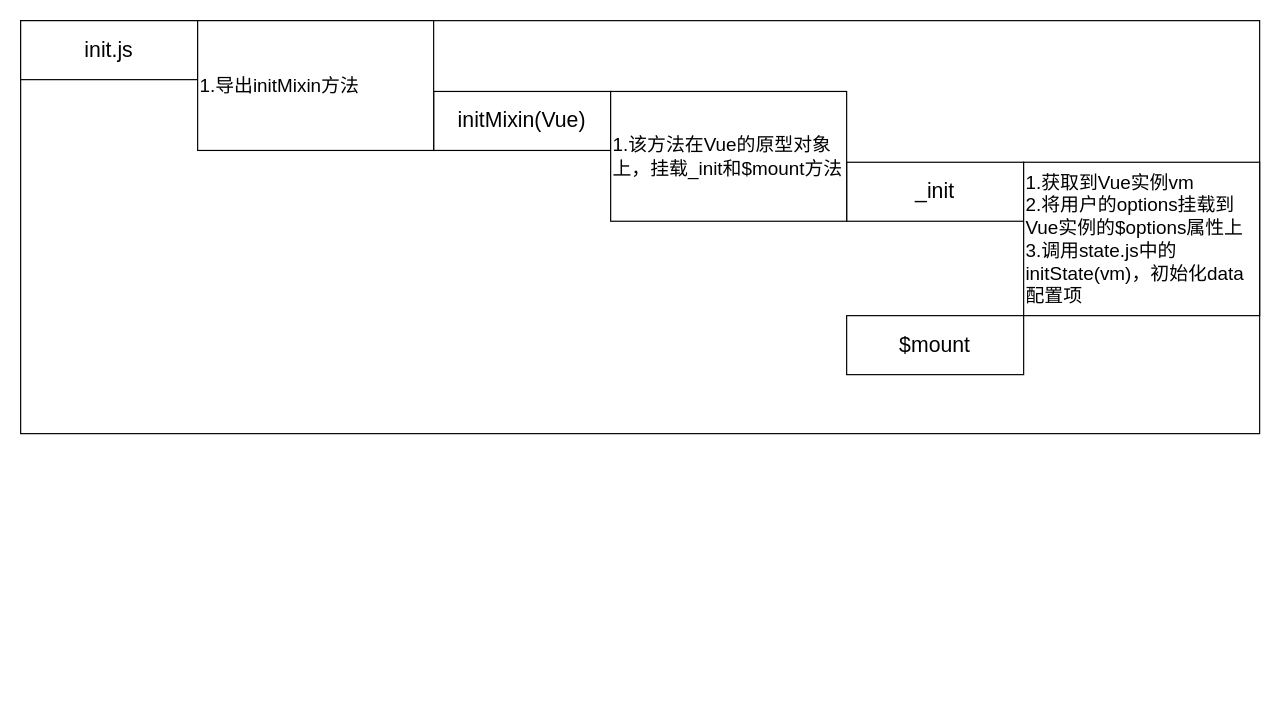
Saiable/drawio keeps this draw.io diagram as page "init.js" (2 of 6) of vue2.drawio. Above is the earlier version. Source tidied: cells renumbered, new cells numbered last; positions are measured from the earlier drawing's top-left corner, leaving out a move shared by most shapes. Both pictures are drawn from the tidied source at 118%, with x=0, y=0 at pixel (20, 20).
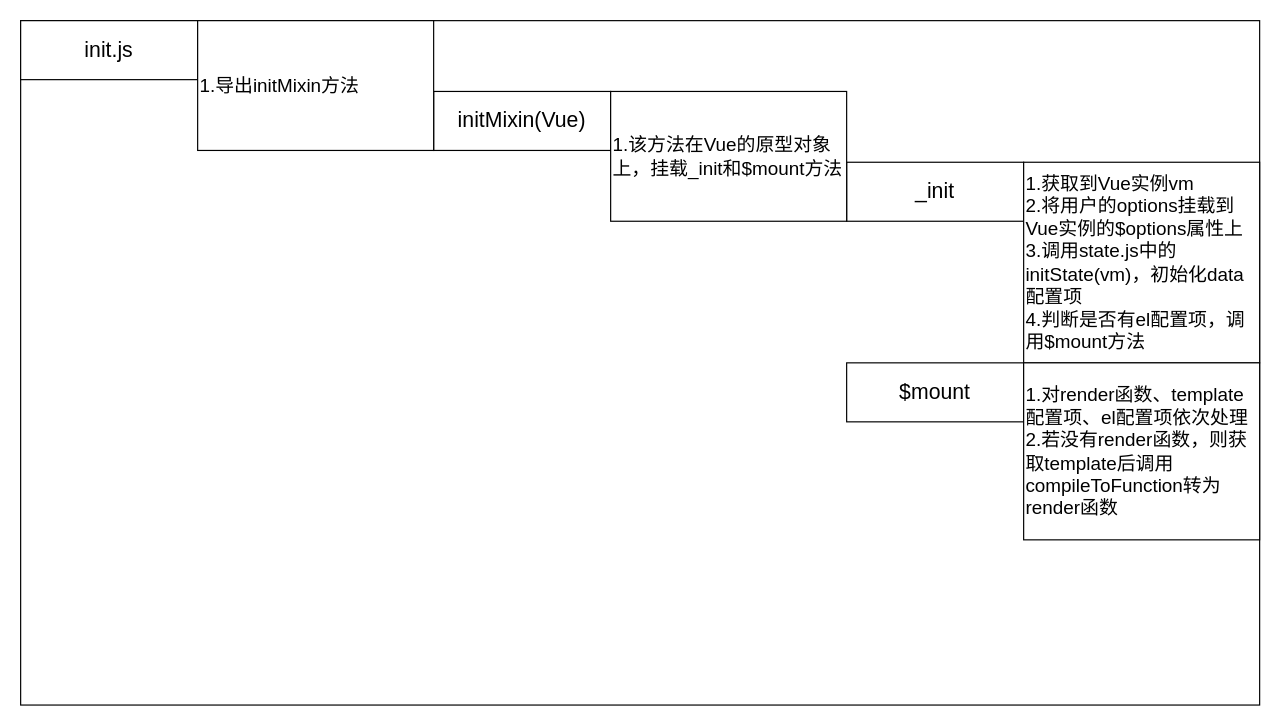
The same diagram, later.

Change to the diagram source:
```diff
@@
 <mxGraphModel>
   <root>
     <mxCell id="0" />
     <mxCell id="1" parent="0" />
     <mxCell id="2" style="rounded=0;whiteSpace=wrap;html=1;fontSize=18;" parent="1" vertex="1">
-      <mxGeometry width="1050" height="350" as="geometry" />
+      <mxGeometry width="1050" height="580" as="geometry" />
     </mxCell>
     <mxCell id="3" value="&lt;font style=&quot;font-size: 18px;&quot;&gt;initMixin(Vue)&lt;/font&gt;" style="rounded=0;whiteSpace=wrap;html=1;strokeColor=default;fontFamily=Helvetica;fontSize=16;fontColor=default;fillColor=default;align=center;" parent="1" vertex="1">
       <mxGeometry x="350" y="60" width="150" height="50" as="geometry" />
     </mxCell>
     <mxCell id="4" value="&lt;font style=&quot;font-size: 18px;&quot;&gt;_init&lt;/font&gt;" style="rounded=0;whiteSpace=wrap;html=1;strokeColor=default;fontFamily=Helvetica;fontSize=16;fontColor=default;fillColor=default;align=center;" parent="1" vertex="1">
       <mxGeometry x="700" y="120" width="150" height="50" as="geometry" />
     </mxCell>
     <mxCell id="5" value="&lt;font style=&quot;font-size: 18px;&quot;&gt;$mount&lt;/font&gt;" style="rounded=0;whiteSpace=wrap;html=1;strokeColor=default;fontFamily=Helvetica;fontSize=16;fontColor=default;fillColor=default;align=center;" parent="1" vertex="1">
-      <mxGeometry x="700" y="250" width="150" height="50" as="geometry" />
+      <mxGeometry x="700" y="290" width="150" height="50" as="geometry" />
     </mxCell>
     <mxCell id="6" value="&lt;font style=&quot;font-size: 18px;&quot;&gt;init.js&lt;/font&gt;" style="rounded=0;whiteSpace=wrap;html=1;strokeColor=default;fontFamily=Helvetica;fontSize=16;fontColor=default;fillColor=default;align=center;" parent="1" vertex="1">
       <mxGeometry width="150" height="50" as="geometry" />
     </mxCell>
     <mxCell id="7" value="&lt;font style=&quot;border-color: var(--border-color);&quot;&gt;1.导出initMixin方法&lt;br&gt;&lt;/font&gt;" style="rounded=0;whiteSpace=wrap;html=1;strokeColor=default;fontFamily=Helvetica;fontSize=16;fontColor=default;fillColor=default;align=left;" parent="1" vertex="1">
       <mxGeometry x="150" width="200" height="110" as="geometry" />
     </mxCell>
-    <mxCell id="8" value="1.获取到Vue实例vm&lt;br&gt;2.将用户的options挂载到Vue实例的$options属性上&lt;br&gt;3.调用state.js中的initState(vm)，初始化data配置项" style="rounded=0;whiteSpace=wrap;html=1;strokeColor=default;fontFamily=Helvetica;fontSize=16;fontColor=default;fillColor=default;align=left;" parent="1" vertex="1">
-      <mxGeometry x="850" y="120" width="200" height="130" as="geometry" />
+    <mxCell id="8" value="1.获取到Vue实例vm&lt;br&gt;2.将用户的options挂载到Vue实例的$options属性上&lt;br&gt;3.调用state.js中的initState(vm)，初始化data配置项&lt;br&gt;4.判断是否有el配置项，调用$mount方法" style="rounded=0;whiteSpace=wrap;html=1;strokeColor=default;fontFamily=Helvetica;fontSize=16;fontColor=default;fillColor=default;align=left;" parent="1" vertex="1">
+      <mxGeometry x="850" y="120" width="200" height="170" as="geometry" />
     </mxCell>
     <mxCell id="9" value="&lt;font style=&quot;border-color: var(--border-color);&quot;&gt;1.该方法在Vue的原型对象上，挂载&lt;/font&gt;_init和$mount方法" style="rounded=0;whiteSpace=wrap;html=1;strokeColor=default;fontFamily=Helvetica;fontSize=16;fontColor=default;fillColor=default;align=left;" parent="1" vertex="1">
       <mxGeometry x="500" y="60" width="200" height="110" as="geometry" />
     </mxCell>
+    <mxCell id="10" value="1.对render函数、template配置项、el配置项依次处理&lt;br&gt;2.若没有render函数，则获取template后调用compileToFunction转为render函数" style="rounded=0;whiteSpace=wrap;html=1;strokeColor=default;fontFamily=Helvetica;fontSize=16;fontColor=default;fillColor=default;align=left;" parent="1" vertex="1">
+      <mxGeometry x="850" y="290" width="200" height="150" as="geometry" />
+    </mxCell>
   </root>
 </mxGraphModel>
```
